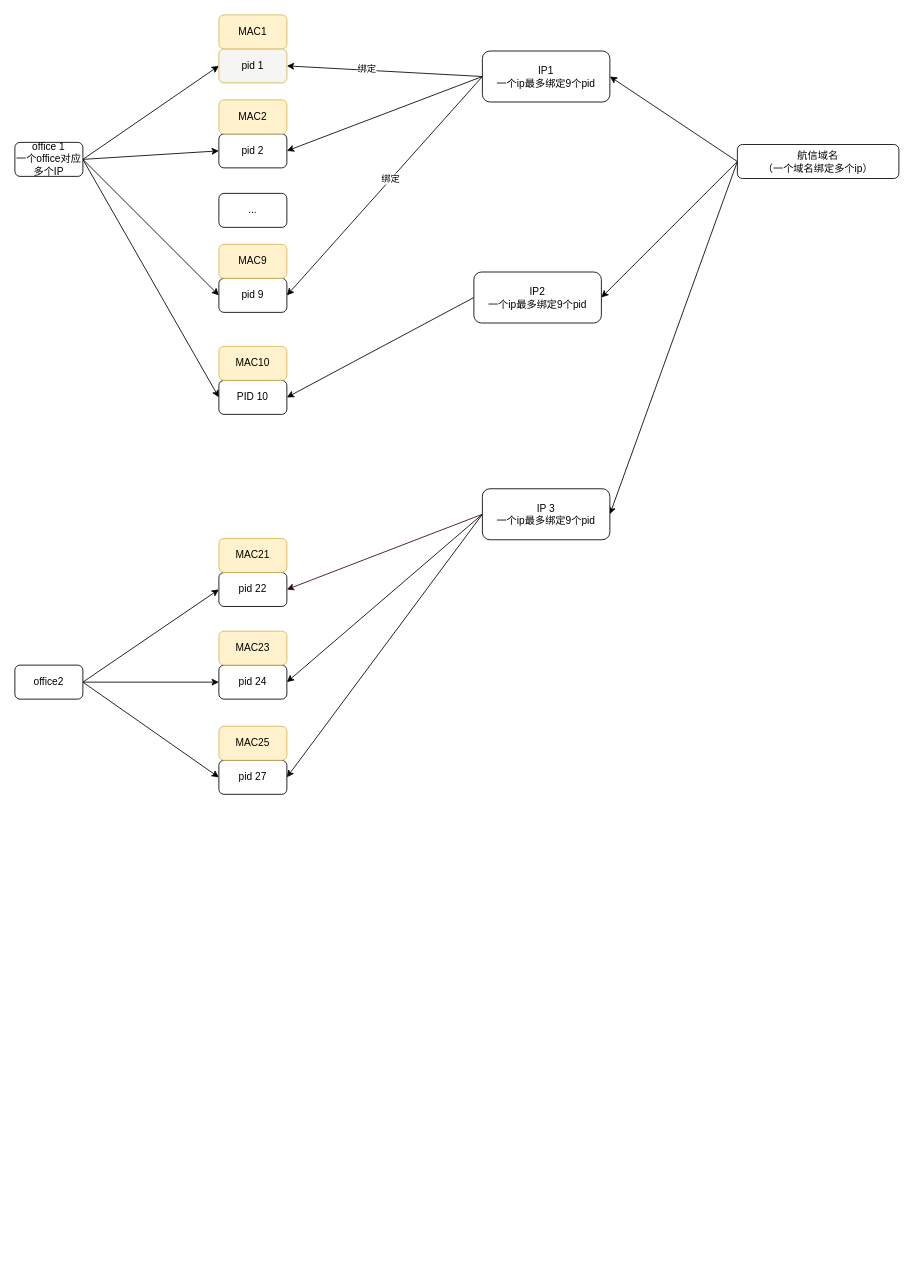
Above: page "06-pid" (6 of 6) of 01-系统日常梳理.drawio in liuzhongye/draw-io (draw.io), before the change. Source tidied: cells renumbered, new cells numbered last; positions are measured from the earlier drawing's top-left corner, leaving out a move shared by most shapes. Both pictures are drawn from the tidied source at 85%, with x=0, y=0 at pixel (14, 14).
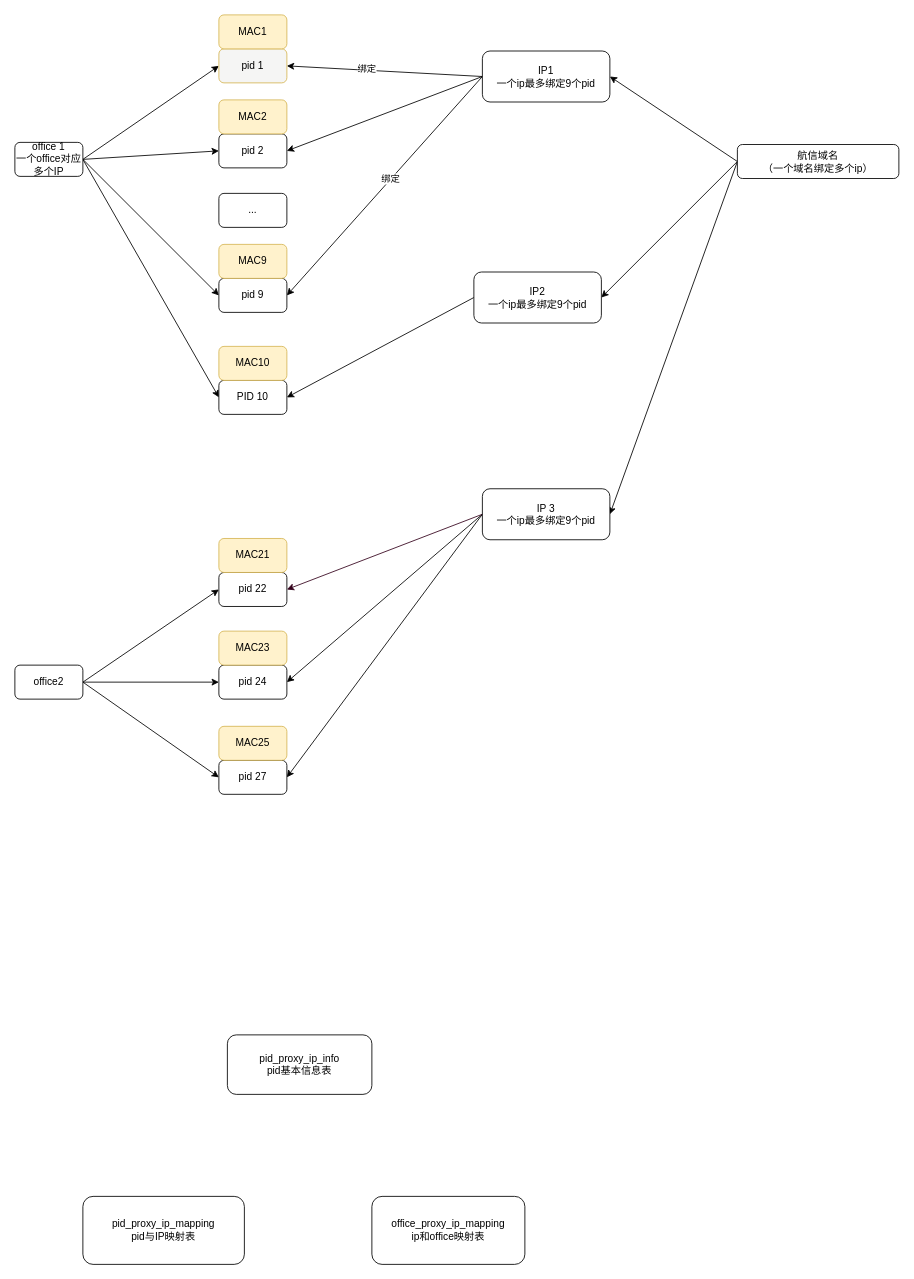
The same page after the edit.

Commit message:
更新01-系统日常梳理.drawio

What changed in the source:
```diff
@@
+    <mxCell id="42" value="pid_proxy_ip_info&lt;br&gt;pid基本信息表" style="rounded=1;whiteSpace=wrap;html=1;" parent="1" vertex="1">
+      <mxGeometry x="250" y="1200" width="170" height="70" as="geometry" />
+    </mxCell>
+    <mxCell id="43" value="pid_proxy_ip_mapping&lt;br&gt;pid与IP映射表" style="rounded=1;whiteSpace=wrap;html=1;" parent="1" vertex="1">
+      <mxGeometry x="80" y="1390" width="190" height="80" as="geometry" />
+    </mxCell>
+    <mxCell id="44" value="office_proxy_ip_mapping&lt;br&gt;ip和office映射表" style="rounded=1;whiteSpace=wrap;html=1;" parent="1" vertex="1">
+      <mxGeometry x="420" y="1390" width="180" height="80" as="geometry" />
+    </mxCell>
```
